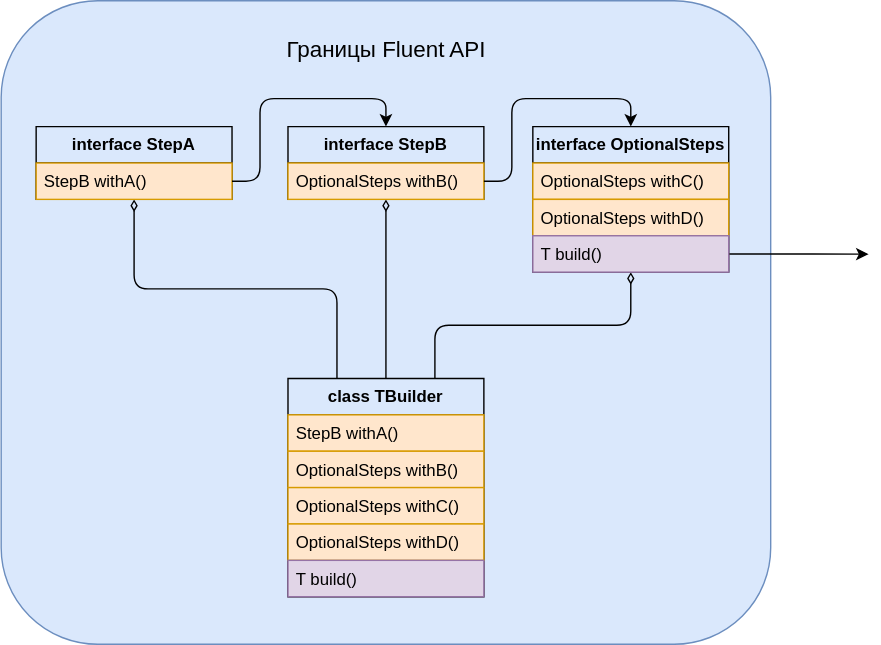
Before: schemas/stepbuilder.drawio.svg, a diagram exported from draw.io (Boiarshinov/fluent-api-demo). Source tidied: cells renumbered, new cells last; positions are measured from the earlier drawing's top-left corner, leaving out a move shared by most shapes. Its diagram source:
```xml
<mxGraphModel>
  <root>
    <mxCell id="0" />
    <mxCell id="1" parent="0" />
    <mxCell id="2" style="rounded=1;whiteSpace=wrap;html=1;fillColor=#dae8fc;strokeColor=#6c8ebf;" parent="1" vertex="1">
      <mxGeometry width="550" height="460" as="geometry" />
    </mxCell>
    <mxCell id="3" style="edgeStyle=orthogonalEdgeStyle;rounded=1;jettySize=auto;html=1;exitX=0.25;exitY=0;exitDx=0;exitDy=0;curved=0;endArrow=diamondThin;endFill=0;" parent="1" edge="1" source="6" target="13">
      <mxGeometry relative="1" as="geometry" />
    </mxCell>
    <mxCell id="4" style="edgeStyle=orthogonalEdgeStyle;rounded=0;jettySize=auto;html=1;exitX=0.5;exitY=0;exitDx=0;exitDy=0;entryX=0.5;entryY=1;entryDx=0;entryDy=0;endArrow=diamondThin;endFill=0;" parent="1" edge="1" source="6" target="15">
      <mxGeometry relative="1" as="geometry" />
    </mxCell>
    <mxCell id="5" style="edgeStyle=orthogonalEdgeStyle;rounded=1;jettySize=auto;html=1;exitX=0.75;exitY=0;exitDx=0;exitDy=0;curved=0;endArrow=diamondThin;endFill=0;" parent="1" edge="1" source="6" target="17">
      <mxGeometry relative="1" as="geometry" />
    </mxCell>
    <mxCell id="6" value="class TBuilder" style="swimlane;fontStyle=1;horizontal=1;startSize=26;fillColor=none;whiteSpace=wrap;html=1;" parent="1" vertex="1">
      <mxGeometry x="205" y="270" width="140" height="156" as="geometry" />
    </mxCell>
    <mxCell id="7" value="StepB withA()" style="text;strokeColor=#d79b00;fillColor=#ffe6cc;align=left;verticalAlign=top;spacingLeft=4;spacingRight=4;overflow=hidden;whiteSpace=wrap;html=1;" parent="6" vertex="1">
      <mxGeometry y="26" width="140" height="26" as="geometry" />
    </mxCell>
    <mxCell id="8" value="OptionalSteps withB()" style="text;strokeColor=#d79b00;fillColor=#ffe6cc;align=left;verticalAlign=top;spacingLeft=4;spacingRight=4;overflow=hidden;whiteSpace=wrap;html=1;" parent="6" vertex="1">
      <mxGeometry y="52" width="140" height="26" as="geometry" />
    </mxCell>
    <mxCell id="9" value="OptionalSteps withC()" style="text;strokeColor=#d79b00;fillColor=#ffe6cc;align=left;verticalAlign=top;spacingLeft=4;spacingRight=4;overflow=hidden;whiteSpace=wrap;html=1;" parent="6" vertex="1">
      <mxGeometry y="78" width="140" height="26" as="geometry" />
    </mxCell>
    <mxCell id="10" value="OptionalSteps withD()" style="text;strokeColor=#d79b00;fillColor=#ffe6cc;align=left;verticalAlign=top;spacingLeft=4;spacingRight=4;overflow=hidden;whiteSpace=wrap;html=1;" parent="6" vertex="1">
      <mxGeometry y="104" width="140" height="26" as="geometry" />
    </mxCell>
    <mxCell id="11" value="T build()" style="text;align=left;verticalAlign=top;spacingLeft=4;spacingRight=4;overflow=hidden;whiteSpace=wrap;html=1;fillColor=#e1d5e7;strokeColor=#9673a6;" parent="6" vertex="1">
      <mxGeometry y="130" width="140" height="26" as="geometry" />
    </mxCell>
    <mxCell id="12" value="Границы Fluent API" style="text;html=1;strokeColor=none;fillColor=none;align=center;verticalAlign=middle;whiteSpace=wrap;rounded=0;fontSize=16;" parent="1" vertex="1">
      <mxGeometry x="167.5" y="20" width="215" height="30" as="geometry" />
    </mxCell>
    <mxCell id="13" value="interface StepA" style="swimlane;fontStyle=1;horizontal=1;startSize=26;fillColor=none;whiteSpace=wrap;html=1;" parent="1" vertex="1">
      <mxGeometry x="25" y="90" width="140" height="52" as="geometry" />
    </mxCell>
    <mxCell id="14" value="StepB withA()" style="text;strokeColor=#d79b00;fillColor=#ffe6cc;align=left;verticalAlign=top;spacingLeft=4;spacingRight=4;overflow=hidden;points=[[0,0.5],[1,0.5]];portConstraint=eastwest;whiteSpace=wrap;html=1;" parent="13" vertex="1">
      <mxGeometry y="26" width="140" height="26" as="geometry" />
    </mxCell>
    <mxCell id="15" value="interface StepB" style="swimlane;fontStyle=1;horizontal=1;startSize=26;fillColor=none;whiteSpace=wrap;html=1;" parent="1" vertex="1">
      <mxGeometry x="205" y="90" width="140" height="52" as="geometry" />
    </mxCell>
    <mxCell id="16" value="OptionalSteps withB()" style="text;strokeColor=#d79b00;fillColor=#ffe6cc;align=left;verticalAlign=top;spacingLeft=4;spacingRight=4;overflow=hidden;points=[[0,0.5],[1,0.5]];portConstraint=eastwest;whiteSpace=wrap;html=1;" parent="15" vertex="1">
      <mxGeometry y="26" width="140" height="26" as="geometry" />
    </mxCell>
    <mxCell id="17" value="interface OptionalSteps" style="swimlane;fontStyle=1;horizontal=1;startSize=26;fillColor=none;whiteSpace=wrap;html=1;" parent="1" vertex="1">
      <mxGeometry x="380" y="90" width="140" height="104" as="geometry" />
    </mxCell>
    <mxCell id="18" value="OptionalSteps&amp;nbsp;withC()" style="text;strokeColor=#d79b00;fillColor=#ffe6cc;align=left;verticalAlign=top;spacingLeft=4;spacingRight=4;overflow=hidden;whiteSpace=wrap;html=1;" parent="17" vertex="1">
      <mxGeometry y="26" width="140" height="26" as="geometry" />
    </mxCell>
    <mxCell id="19" value="OptionalSteps&amp;nbsp;withD()" style="text;strokeColor=#d79b00;fillColor=#ffe6cc;align=left;verticalAlign=top;spacingLeft=4;spacingRight=4;overflow=hidden;whiteSpace=wrap;html=1;" parent="17" vertex="1">
      <mxGeometry y="52" width="140" height="26" as="geometry" />
    </mxCell>
    <mxCell id="20" style="edgeStyle=orthogonalEdgeStyle;rounded=1;jettySize=auto;html=1;exitX=1;exitY=0.5;exitDx=0;exitDy=0;curved=0;" parent="17" edge="1" source="21">
      <mxGeometry relative="1" as="geometry">
        <mxPoint x="240" y="91.1" as="targetPoint" />
      </mxGeometry>
    </mxCell>
    <mxCell id="21" value="T build()" style="text;align=left;verticalAlign=top;spacingLeft=4;spacingRight=4;overflow=hidden;points=[[0,0.5],[1,0.5]];portConstraint=eastwest;whiteSpace=wrap;html=1;fillColor=#e1d5e7;strokeColor=#9673a6;" parent="17" vertex="1">
      <mxGeometry y="78" width="140" height="26" as="geometry" />
    </mxCell>
    <mxCell id="22" style="edgeStyle=orthogonalEdgeStyle;rounded=1;jettySize=auto;html=1;exitX=1;exitY=0.5;exitDx=0;exitDy=0;entryX=0.5;entryY=0;entryDx=0;entryDy=0;curved=0;" parent="1" edge="1" source="14" target="15">
      <mxGeometry relative="1" as="geometry" />
    </mxCell>
    <mxCell id="23" style="edgeStyle=orthogonalEdgeStyle;rounded=1;jettySize=auto;html=1;exitX=1;exitY=0.5;exitDx=0;exitDy=0;entryX=0.5;entryY=0;entryDx=0;entryDy=0;curved=0;" parent="1" edge="1" source="16" target="17">
      <mxGeometry relative="1" as="geometry" />
    </mxCell>
  </root>
</mxGraphModel>
```
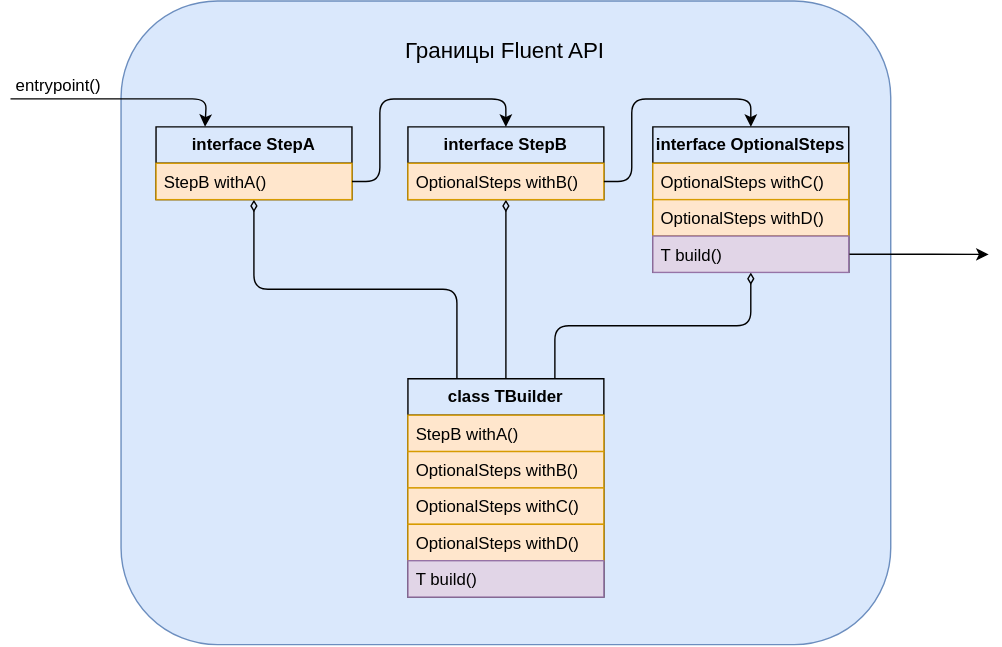
The same file after the commit.

Change to the diagram source:
```diff
@@ -70,5 +70,18 @@
     <mxCell id="23" style="edgeStyle=orthogonalEdgeStyle;rounded=1;jettySize=auto;html=1;exitX=1;exitY=0.5;exitDx=0;exitDy=0;entryX=0.5;entryY=0;entryDx=0;entryDy=0;curved=0;" parent="1" edge="1" source="16" target="17">
       <mxGeometry relative="1" as="geometry" />
     </mxCell>
+    <mxCell id="24" style="endArrow=classic;html=1;rounded=1;entryX=0.25;entryY=0;entryDx=0;entryDy=0;curved=0;" parent="1" edge="1" target="13">
+      <mxGeometry relative="1" as="geometry">
+        <mxPoint x="-79" y="70" as="sourcePoint" />
+        <Array as="points">
+          <mxPoint x="61" y="70" />
+        </Array>
+      </mxGeometry>
+    </mxCell>
+    <mxCell id="25" value="entrypoint()" style="edgeLabel;html=1;align=center;verticalAlign=middle;fontSize=12;" parent="24" vertex="1">
+      <mxGeometry x="-0.59" relative="1" as="geometry">
+        <mxPoint y="-10" as="offset" />
+      </mxGeometry>
+    </mxCell>
   </root>
 </mxGraphModel>
```
